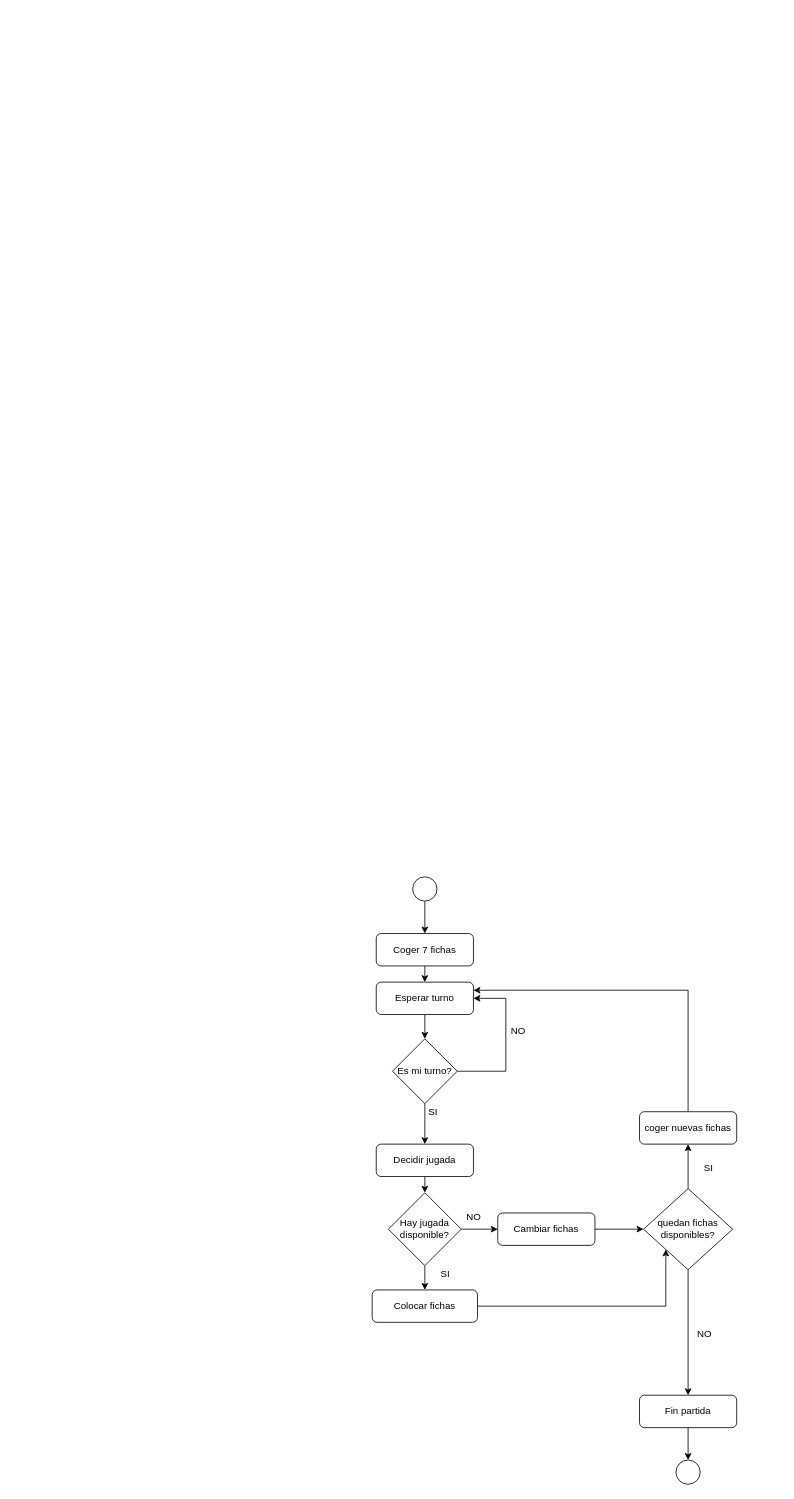
Above: Diagrama de flujo.drawio in macjohn96/Interfaces (draw.io), before the change. Source tidied: cells renumbered, new cells numbered last; positions are measured from the earlier drawing's top-left corner, leaving out a move shared by most shapes. Both pictures are drawn from the tidied source at 81%, with x=0, y=0 at pixel (372, 876).
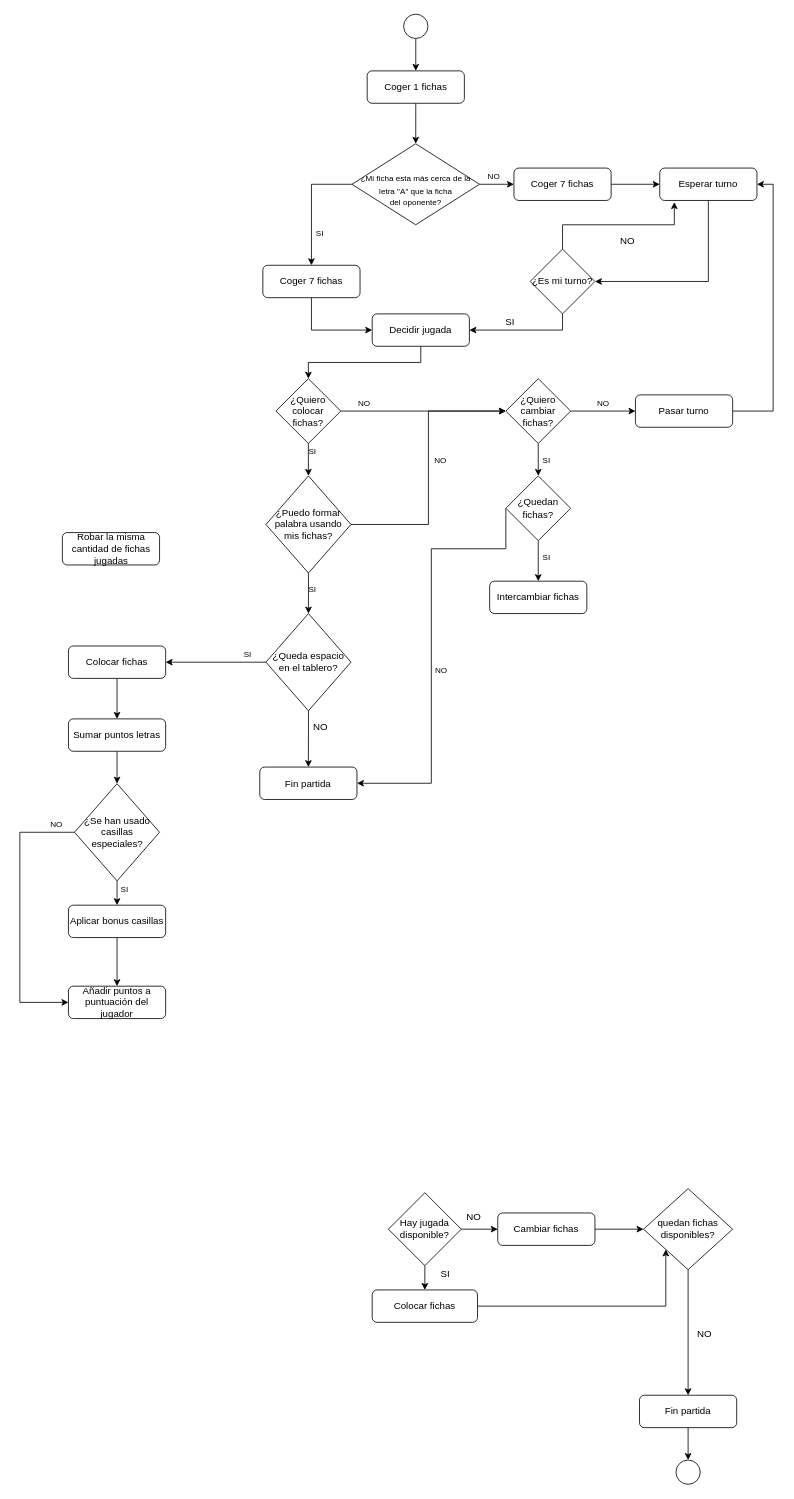
After the change.

Commit message (it also covers changes not shown here):
Retoques en el diagrama de flujo

Unchanged cells that the change refers to:
```xml
<mxCell id="18" value="quedan fichas disponibles?" style="rhombus;whiteSpace=wrap;html=1;" parent="1" vertex="1">
  <mxGeometry x="335" y="385" width="110" height="100" as="geometry" />
</mxCell>
<mxCell id="21" value="Hay jugada disponible?" style="rhombus;whiteSpace=wrap;html=1;" parent="1" vertex="1">
  <mxGeometry x="20" y="390" width="90" height="90" as="geometry" />
</mxCell>
```

What changed in the source:
```diff
@@
-    <mxCell id="2" style="edgeStyle=orthogonalEdgeStyle;rounded=0;jettySize=auto;html=1;exitX=0.5;exitY=1;exitDx=0;exitDy=0;entryX=0.5;entryY=0;entryDx=0;entryDy=0;" parent="1" edge="1" source="3" target="10">
-      <mxGeometry relative="1" as="geometry" />
-    </mxCell>
+    <mxCell id="34" style="edgeStyle=orthogonalEdgeStyle;rounded=0;jettySize=auto;html=1;exitX=0.5;exitY=1;exitDx=0;exitDy=0;entryX=0.5;entryY=0;entryDx=0;entryDy=0;fontSize=10;" parent="1" edge="1" source="3" target="38">
+      <mxGeometry relative="1" as="geometry" />
+    </mxCell>
-    <mxCell id="3" value="Coger 7 fichas" style="rounded=1;whiteSpace=wrap;html=1;fontSize=12;glass=0;strokeWidth=1;shadow=0;" parent="1" vertex="1">
-      <mxGeometry x="5" y="70" width="120" height="40" as="geometry" />
+    <mxCell id="3" value="Coger 1 fichas" style="rounded=1;whiteSpace=wrap;html=1;fontSize=12;glass=0;strokeWidth=1;shadow=0;" parent="1" vertex="1">
+      <mxGeometry x="-6.2" y="-995" width="120" height="40" as="geometry" />
     </mxCell>
@@
     <mxCell id="5" style="ellipse;whiteSpace=wrap;html=1;" parent="1" vertex="1">
-      <mxGeometry x="50" width="30" height="30" as="geometry" />
+      <mxGeometry x="38.8" y="-1065" width="30" height="30" as="geometry" />
     </mxCell>
-    <mxCell id="6" style="edgeStyle=orthogonalEdgeStyle;rounded=0;jettySize=auto;html=1;exitX=1;exitY=0.5;exitDx=0;exitDy=0;entryX=1;entryY=0.5;entryDx=0;entryDy=0;" parent="1" edge="1" source="8" target="10">
-      <mxGeometry relative="1" as="geometry">
-        <Array as="points">
-          <mxPoint x="165" y="240" />
-          <mxPoint x="165" y="150" />
-        </Array>
-      </mxGeometry>
+    <mxCell id="6" style="edgeStyle=orthogonalEdgeStyle;rounded=0;jettySize=auto;html=1;exitX=0.5;exitY=0;exitDx=0;exitDy=0;entryX=0.15;entryY=1.05;entryDx=0;entryDy=0;entryPerimeter=0;fontSize=10;" parent="1" edge="1" source="8" target="10">
+      <mxGeometry relative="1" as="geometry" />
     </mxCell>
-    <mxCell id="7" style="edgeStyle=orthogonalEdgeStyle;rounded=0;jettySize=auto;html=1;exitX=0.5;exitY=1;exitDx=0;exitDy=0;entryX=0.5;entryY=0;entryDx=0;entryDy=0;" parent="1" edge="1" source="8" target="13">
+    <mxCell id="7" style="edgeStyle=orthogonalEdgeStyle;rounded=0;jettySize=auto;html=1;exitX=0.5;exitY=1;exitDx=0;exitDy=0;fontSize=10;" parent="1" edge="1" source="8" target="13">
       <mxGeometry relative="1" as="geometry" />
     </mxCell>
-    <mxCell id="8" value="Es mi turno?" style="rhombus;whiteSpace=wrap;html=1;" parent="1" vertex="1">
-      <mxGeometry x="25" y="200" width="80" height="80" as="geometry" />
+    <mxCell id="8" value="¿Es mi turno?" style="rhombus;whiteSpace=wrap;html=1;" parent="1" vertex="1">
+      <mxGeometry x="195" y="-775" width="80" height="80" as="geometry" />
     </mxCell>
-    <mxCell id="9" style="edgeStyle=orthogonalEdgeStyle;rounded=0;jettySize=auto;html=1;exitX=0.5;exitY=1;exitDx=0;exitDy=0;entryX=0.5;entryY=0;entryDx=0;entryDy=0;" parent="1" edge="1" source="10" target="8">
+    <mxCell id="9" style="edgeStyle=orthogonalEdgeStyle;rounded=0;jettySize=auto;html=1;exitX=0.5;exitY=1;exitDx=0;exitDy=0;entryX=1;entryY=0.5;entryDx=0;entryDy=0;fontSize=10;" parent="1" edge="1" source="10" target="8">
       <mxGeometry relative="1" as="geometry" />
     </mxCell>
     <mxCell id="10" value="Esperar turno" style="rounded=1;whiteSpace=wrap;html=1;fontSize=12;glass=0;strokeWidth=1;shadow=0;" parent="1" vertex="1">
-      <mxGeometry x="5" y="130" width="120" height="40" as="geometry" />
+      <mxGeometry x="355" y="-875" width="120" height="40" as="geometry" />
     </mxCell>
     <mxCell id="11" value="NO" style="text;html=1;align=center;verticalAlign=middle;strokeColor=none;" parent="1" vertex="1">
-      <mxGeometry x="165" y="180" width="30" height="20" as="geometry" />
+      <mxGeometry x="300" y="-795" width="30" height="20" as="geometry" />
     </mxCell>
-    <mxCell id="12" style="edgeStyle=orthogonalEdgeStyle;rounded=0;jettySize=auto;html=1;exitX=0.5;exitY=1;exitDx=0;exitDy=0;entryX=0.5;entryY=0;entryDx=0;entryDy=0;" parent="1" edge="1" source="13" target="21">
-      <mxGeometry relative="1" as="geometry" />
-    </mxCell>
+    <mxCell id="35" style="edgeStyle=orthogonalEdgeStyle;rounded=0;jettySize=auto;html=1;exitX=0.5;exitY=1;exitDx=0;exitDy=0;entryX=0.5;entryY=0;entryDx=0;entryDy=0;fontSize=10;" parent="1" edge="1" source="13" target="47">
+      <mxGeometry relative="1" as="geometry" />
+    </mxCell>
     <mxCell id="13" value="Decidir jugada" style="rounded=1;whiteSpace=wrap;html=1;fontSize=12;glass=0;strokeWidth=1;shadow=0;" parent="1" vertex="1">
-      <mxGeometry x="5" y="330" width="120" height="40" as="geometry" />
+      <mxGeometry y="-695" width="120" height="40" as="geometry" />
     </mxCell>
@@
-    <mxCell id="16" style="edgeStyle=orthogonalEdgeStyle;rounded=0;jettySize=auto;html=1;exitX=0.5;exitY=0;exitDx=0;exitDy=0;entryX=0.5;entryY=1;entryDx=0;entryDy=0;" parent="1" edge="1" source="18" target="27">
-      <mxGeometry relative="1" as="geometry" />
-    </mxCell>
@@
     <mxCell id="22" value="SI" style="text;html=1;align=center;verticalAlign=middle;strokeColor=none;" parent="1" vertex="1">
-      <mxGeometry x="60" y="280" width="30" height="20" as="geometry" />
+      <mxGeometry x="155" y="-695" width="30" height="20" as="geometry" />
     </mxCell>
@@
-    <mxCell id="26" style="edgeStyle=orthogonalEdgeStyle;rounded=0;jettySize=auto;html=1;exitX=0.5;exitY=0;exitDx=0;exitDy=0;entryX=1;entryY=0.25;entryDx=0;entryDy=0;" parent="1" edge="1" source="27" target="10">
-      <mxGeometry relative="1" as="geometry" />
-    </mxCell>
-    <mxCell id="27" value="coger nuevas fichas" style="rounded=1;whiteSpace=wrap;html=1;fontSize=12;glass=0;strokeWidth=1;shadow=0;" parent="1" vertex="1">
-      <mxGeometry x="330" y="290" width="120" height="40" as="geometry" />
-    </mxCell>
-    <mxCell id="28" value="SI" style="text;html=1;align=center;verticalAlign=middle;strokeColor=none;" parent="1" vertex="1">
-      <mxGeometry x="400" y="350" width="30" height="20" as="geometry" />
-    </mxCell>
@@
+    <mxCell id="36" style="edgeStyle=orthogonalEdgeStyle;rounded=0;jettySize=auto;html=1;exitX=0;exitY=0.5;exitDx=0;exitDy=0;entryX=0.5;entryY=0;entryDx=0;entryDy=0;fontSize=10;" parent="1" edge="1" source="38" target="42">
+      <mxGeometry relative="1" as="geometry" />
+    </mxCell>
+    <mxCell id="37" style="edgeStyle=orthogonalEdgeStyle;rounded=0;jettySize=auto;html=1;exitX=1;exitY=0.5;exitDx=0;exitDy=0;fontSize=10;" parent="1" edge="1" source="38" target="44">
+      <mxGeometry relative="1" as="geometry" />
+    </mxCell>
+    <mxCell id="38" value="&lt;span style=&quot;font-size: 10px&quot;&gt;&lt;br&gt;¿Mi ficha esta más cerca de la&lt;/span&gt;&lt;br&gt;&lt;span style=&quot;font-size: 10px&quot;&gt;letra &quot;A&quot; que la ficha&lt;/span&gt;&lt;br&gt;&lt;div&gt;&lt;span style=&quot;font-size: 10px&quot;&gt;del oponente?&lt;/span&gt;&lt;/div&gt;" style="rhombus;whiteSpace=wrap;html=1;rounded=0;align=center;" parent="1" vertex="1">
+      <mxGeometry x="-25" y="-905" width="157.5" height="100" as="geometry" />
+    </mxCell>
+    <mxCell id="39" value="NO" style="text;html=1;align=center;verticalAlign=middle;strokeColor=none;fillColor=none;fontSize=10;" parent="1" vertex="1">
+      <mxGeometry x="135" y="-875" width="30" height="20" as="geometry" />
+    </mxCell>
+    <mxCell id="40" value="SI" style="text;html=1;align=center;verticalAlign=middle;strokeColor=none;fillColor=none;fontSize=10;" parent="1" vertex="1">
+      <mxGeometry x="-75" y="-805" width="20" height="20" as="geometry" />
+    </mxCell>
+    <mxCell id="41" style="edgeStyle=orthogonalEdgeStyle;rounded=0;jettySize=auto;html=1;exitX=0.5;exitY=1;exitDx=0;exitDy=0;entryX=0;entryY=0.5;entryDx=0;entryDy=0;fontSize=10;" parent="1" edge="1" source="42" target="13">
+      <mxGeometry relative="1" as="geometry" />
+    </mxCell>
+    <mxCell id="42" value="Coger 7 fichas" style="rounded=1;whiteSpace=wrap;html=1;fontSize=12;glass=0;strokeWidth=1;shadow=0;" parent="1" vertex="1">
+      <mxGeometry x="-135" y="-755" width="120" height="40" as="geometry" />
+    </mxCell>
+    <mxCell id="43" style="edgeStyle=orthogonalEdgeStyle;rounded=0;jettySize=auto;html=1;exitX=1;exitY=0.5;exitDx=0;exitDy=0;entryX=0;entryY=0.5;entryDx=0;entryDy=0;fontSize=10;" parent="1" edge="1" source="44" target="10">
+      <mxGeometry relative="1" as="geometry" />
+    </mxCell>
+    <mxCell id="44" value="Coger 7 fichas" style="rounded=1;whiteSpace=wrap;html=1;fontSize=12;glass=0;strokeWidth=1;shadow=0;" parent="1" vertex="1">
+      <mxGeometry x="175" y="-875" width="120" height="40" as="geometry" />
+    </mxCell>
+    <mxCell id="45" style="edgeStyle=orthogonalEdgeStyle;rounded=0;jettySize=auto;html=1;exitX=1;exitY=0.5;exitDx=0;exitDy=0;entryX=0;entryY=0.5;entryDx=0;entryDy=0;fontSize=10;" parent="1" edge="1" source="47" target="50">
+      <mxGeometry relative="1" as="geometry" />
+    </mxCell>
+    <mxCell id="46" style="edgeStyle=orthogonalEdgeStyle;rounded=0;jettySize=auto;html=1;exitX=0.5;exitY=1;exitDx=0;exitDy=0;entryX=0.5;entryY=0;entryDx=0;entryDy=0;fontSize=10;" parent="1" edge="1" source="47" target="57">
+      <mxGeometry relative="1" as="geometry" />
+    </mxCell>
+    <mxCell id="47" value="¿Quiero colocar fichas?" style="rhombus;whiteSpace=wrap;html=1;" parent="1" vertex="1">
+      <mxGeometry x="-118.8" y="-615" width="80" height="80" as="geometry" />
+    </mxCell>
+    <mxCell id="48" style="edgeStyle=orthogonalEdgeStyle;rounded=0;jettySize=auto;html=1;exitX=1;exitY=0.5;exitDx=0;exitDy=0;fontSize=10;entryX=0;entryY=0.5;entryDx=0;entryDy=0;" parent="1" edge="1" source="50" target="54">
+      <mxGeometry relative="1" as="geometry" />
+    </mxCell>
+    <mxCell id="49" style="edgeStyle=orthogonalEdgeStyle;rounded=0;jettySize=auto;html=1;exitX=0.5;exitY=1;exitDx=0;exitDy=0;entryX=0.5;entryY=0;entryDx=0;entryDy=0;fontSize=10;" parent="1" edge="1" source="50" target="81">
+      <mxGeometry relative="1" as="geometry" />
+    </mxCell>
+    <mxCell id="50" value="¿Quiero cambiar fichas?" style="rhombus;whiteSpace=wrap;html=1;" parent="1" vertex="1">
+      <mxGeometry x="165" y="-615" width="80" height="80" as="geometry" />
+    </mxCell>
+    <mxCell id="51" value="NO" style="text;html=1;align=center;verticalAlign=middle;strokeColor=none;fillColor=none;fontSize=10;" parent="1" vertex="1">
+      <mxGeometry x="-25" y="-595" width="30" height="20" as="geometry" />
+    </mxCell>
+    <mxCell id="52" value="NO" style="text;html=1;align=center;verticalAlign=middle;strokeColor=none;fillColor=none;fontSize=10;" parent="1" vertex="1">
+      <mxGeometry x="270" y="-595" width="30" height="20" as="geometry" />
+    </mxCell>
+    <mxCell id="53" style="edgeStyle=orthogonalEdgeStyle;rounded=0;jettySize=auto;html=1;exitX=1;exitY=0.5;exitDx=0;exitDy=0;entryX=1;entryY=0.5;entryDx=0;entryDy=0;fontSize=10;" parent="1" edge="1" source="54" target="10">
+      <mxGeometry relative="1" as="geometry" />
+    </mxCell>
+    <mxCell id="54" value="Pasar turno" style="rounded=1;whiteSpace=wrap;html=1;fontSize=12;glass=0;strokeWidth=1;shadow=0;" parent="1" vertex="1">
+      <mxGeometry x="325" y="-595" width="120" height="40" as="geometry" />
+    </mxCell>
+    <mxCell id="55" style="edgeStyle=orthogonalEdgeStyle;rounded=0;jettySize=auto;html=1;exitX=1;exitY=0.5;exitDx=0;exitDy=0;fontSize=10;entryX=0;entryY=0.5;entryDx=0;entryDy=0;" parent="1" edge="1" source="57" target="50">
+      <mxGeometry relative="1" as="geometry" />
+    </mxCell>
+    <mxCell id="56" style="edgeStyle=orthogonalEdgeStyle;rounded=0;jettySize=auto;html=1;exitX=0.5;exitY=1;exitDx=0;exitDy=0;entryX=0.5;entryY=0;entryDx=0;entryDy=0;fontSize=10;" parent="1" edge="1" source="57" target="61">
+      <mxGeometry relative="1" as="geometry" />
+    </mxCell>
+    <mxCell id="57" value="¿Puedo formar palabra usando mis fichas?" style="rhombus;whiteSpace=wrap;html=1;" parent="1" vertex="1">
+      <mxGeometry x="-131.2" y="-495" width="105" height="120" as="geometry" />
+    </mxCell>
+    <mxCell id="58" value="SI" style="text;html=1;align=center;verticalAlign=middle;strokeColor=none;fillColor=none;fontSize=10;" parent="1" vertex="1">
+      <mxGeometry x="-83.8" y="-535" width="20" height="20" as="geometry" />
+    </mxCell>
+    <mxCell id="59" value="NO" style="text;html=1;align=center;verticalAlign=middle;strokeColor=none;fillColor=none;fontSize=10;" parent="1" vertex="1">
+      <mxGeometry x="68.8" y="-525" width="30" height="20" as="geometry" />
+    </mxCell>
+    <mxCell id="60" style="edgeStyle=orthogonalEdgeStyle;rounded=0;jettySize=auto;html=1;exitX=0;exitY=0.5;exitDx=0;exitDy=0;entryX=1;entryY=0.5;entryDx=0;entryDy=0;fontSize=10;" parent="1" edge="1" source="61" target="67">
+      <mxGeometry relative="1" as="geometry" />
+    </mxCell>
+    <mxCell id="61" value="¿Queda espacio en el tablero?" style="rhombus;whiteSpace=wrap;html=1;" parent="1" vertex="1">
+      <mxGeometry x="-131.2" y="-325" width="105" height="120" as="geometry" />
+    </mxCell>
+    <mxCell id="62" style="edgeStyle=orthogonalEdgeStyle;rounded=0;jettySize=auto;html=1;exitX=0.5;exitY=1;exitDx=0;exitDy=0;entryX=0.5;entryY=0;entryDx=0;entryDy=0;" parent="1" edge="1" source="61" target="63">
+      <mxGeometry relative="1" as="geometry" />
+    </mxCell>
+    <mxCell id="63" value="Fin partida" style="rounded=1;whiteSpace=wrap;html=1;fontSize=12;glass=0;strokeWidth=1;shadow=0;" parent="1" vertex="1">
+      <mxGeometry x="-138.8" y="-135.5" width="120" height="40" as="geometry" />
+    </mxCell>
+    <mxCell id="64" value="NO" style="text;html=1;align=center;verticalAlign=middle;strokeColor=none;" parent="1" vertex="1">
+      <mxGeometry x="-78.8" y="-195" width="30" height="20" as="geometry" />
+    </mxCell>
+    <mxCell id="65" value="SI" style="text;html=1;align=center;verticalAlign=middle;strokeColor=none;fillColor=none;fontSize=10;" parent="1" vertex="1">
+      <mxGeometry x="-83.8" y="-365" width="20" height="20" as="geometry" />
+    </mxCell>
+    <mxCell id="66" style="edgeStyle=orthogonalEdgeStyle;rounded=0;jettySize=auto;html=1;exitX=0.5;exitY=1;exitDx=0;exitDy=0;entryX=0.5;entryY=0;entryDx=0;entryDy=0;fontSize=10;" parent="1" edge="1" source="67" target="70">
+      <mxGeometry relative="1" as="geometry" />
+    </mxCell>
+    <mxCell id="67" value="Colocar fichas" style="rounded=1;whiteSpace=wrap;html=1;fontSize=12;glass=0;strokeWidth=1;shadow=0;" parent="1" vertex="1">
+      <mxGeometry x="-375" y="-285" width="120" height="40" as="geometry" />
+    </mxCell>
+    <mxCell id="68" value="SI" style="text;html=1;align=center;verticalAlign=middle;strokeColor=none;fillColor=none;fontSize=10;" parent="1" vertex="1">
+      <mxGeometry x="-163.8" y="-285" width="20" height="20" as="geometry" />
+    </mxCell>
+    <mxCell id="69" style="edgeStyle=orthogonalEdgeStyle;rounded=0;jettySize=auto;html=1;exitX=0.5;exitY=1;exitDx=0;exitDy=0;entryX=0.5;entryY=0;entryDx=0;entryDy=0;fontSize=10;" parent="1" edge="1" source="70" target="73">
+      <mxGeometry relative="1" as="geometry" />
+    </mxCell>
+    <mxCell id="70" value="Sumar puntos letras" style="rounded=1;whiteSpace=wrap;html=1;fontSize=12;glass=0;strokeWidth=1;shadow=0;" parent="1" vertex="1">
+      <mxGeometry x="-375" y="-195" width="120" height="40" as="geometry" />
+    </mxCell>
+    <mxCell id="71" style="edgeStyle=orthogonalEdgeStyle;rounded=0;jettySize=auto;html=1;exitX=0.5;exitY=1;exitDx=0;exitDy=0;entryX=0.5;entryY=0;entryDx=0;entryDy=0;fontSize=10;" parent="1" edge="1" source="73" target="76">
+      <mxGeometry relative="1" as="geometry" />
+    </mxCell>
+    <mxCell id="72" style="edgeStyle=orthogonalEdgeStyle;rounded=0;jettySize=auto;html=1;exitX=0;exitY=0.5;exitDx=0;exitDy=0;entryX=0;entryY=0.5;entryDx=0;entryDy=0;fontSize=10;" parent="1" edge="1" source="73" target="74">
+      <mxGeometry relative="1" as="geometry">
+        <Array as="points">
+          <mxPoint x="-435" y="-55" />
+          <mxPoint x="-435" y="155" />
+        </Array>
+      </mxGeometry>
+    </mxCell>
+    <mxCell id="73" value="¿Se han usado casillas especiales?" style="rhombus;whiteSpace=wrap;html=1;" parent="1" vertex="1">
+      <mxGeometry x="-367.5" y="-115" width="105" height="120" as="geometry" />
+    </mxCell>
+    <mxCell id="74" value="Añadir puntos a puntuación del jugador" style="rounded=1;whiteSpace=wrap;html=1;fontSize=12;glass=0;strokeWidth=1;shadow=0;" parent="1" vertex="1">
+      <mxGeometry x="-375" y="135" width="120" height="40" as="geometry" />
+    </mxCell>
+    <mxCell id="75" style="edgeStyle=orthogonalEdgeStyle;rounded=0;jettySize=auto;html=1;exitX=0.5;exitY=1;exitDx=0;exitDy=0;entryX=0.5;entryY=0;entryDx=0;entryDy=0;fontSize=10;" parent="1" edge="1" source="76" target="74">
+      <mxGeometry relative="1" as="geometry" />
+    </mxCell>
+    <mxCell id="76" value="Aplicar bonus casillas" style="rounded=1;whiteSpace=wrap;html=1;fontSize=12;glass=0;strokeWidth=1;shadow=0;" parent="1" vertex="1">
+      <mxGeometry x="-375" y="35" width="120" height="40" as="geometry" />
+    </mxCell>
+    <mxCell id="77" value="Robar la misma cantidad de fichas jugadas" style="rounded=1;whiteSpace=wrap;html=1;fontSize=12;glass=0;strokeWidth=1;shadow=0;" parent="1" vertex="1">
+      <mxGeometry x="-382.5" y="-425" width="120" height="40" as="geometry" />
+    </mxCell>
+    <mxCell id="78" value="Intercambiar fichas" style="rounded=1;whiteSpace=wrap;html=1;fontSize=12;glass=0;strokeWidth=1;shadow=0;" parent="1" vertex="1">
+      <mxGeometry x="145" y="-365" width="120" height="40" as="geometry" />
+    </mxCell>
+    <mxCell id="79" style="edgeStyle=orthogonalEdgeStyle;rounded=0;jettySize=auto;html=1;exitX=0.5;exitY=1;exitDx=0;exitDy=0;entryX=0.5;entryY=0;entryDx=0;entryDy=0;fontSize=10;" parent="1" edge="1" source="81" target="78">
+      <mxGeometry relative="1" as="geometry" />
+    </mxCell>
+    <mxCell id="80" style="edgeStyle=orthogonalEdgeStyle;rounded=0;jettySize=auto;html=1;exitX=0;exitY=0.5;exitDx=0;exitDy=0;entryX=1;entryY=0.5;entryDx=0;entryDy=0;fontSize=10;" parent="1" edge="1" source="81" target="63">
+      <mxGeometry relative="1" as="geometry">
+        <Array as="points">
+          <mxPoint x="165" y="-405" />
+          <mxPoint x="73" y="-405" />
+          <mxPoint x="73" y="-116" />
+        </Array>
+      </mxGeometry>
+    </mxCell>
+    <mxCell id="81" value="¿Quedan fichas?" style="rhombus;whiteSpace=wrap;html=1;" parent="1" vertex="1">
+      <mxGeometry x="165" y="-495" width="80" height="80" as="geometry" />
+    </mxCell>
+    <mxCell id="82" value="SI" style="text;html=1;align=center;verticalAlign=middle;strokeColor=none;fillColor=none;fontSize=10;" parent="1" vertex="1">
+      <mxGeometry x="205" y="-405" width="20" height="20" as="geometry" />
+    </mxCell>
+    <mxCell id="83" value="SI" style="text;html=1;align=center;verticalAlign=middle;strokeColor=none;fillColor=none;fontSize=10;" parent="1" vertex="1">
+      <mxGeometry x="205" y="-525" width="20" height="20" as="geometry" />
+    </mxCell>
+    <mxCell id="84" value="NO" style="text;html=1;align=center;verticalAlign=middle;strokeColor=none;fillColor=none;fontSize=10;" parent="1" vertex="1">
+      <mxGeometry x="70" y="-265" width="30" height="20" as="geometry" />
+    </mxCell>
+    <mxCell id="85" value="SI" style="text;html=1;align=center;verticalAlign=middle;strokeColor=none;fillColor=none;fontSize=10;" parent="1" vertex="1">
+      <mxGeometry x="-316.2" y="5" width="20" height="20" as="geometry" />
+    </mxCell>
+    <mxCell id="86" value="NO" style="text;html=1;align=center;verticalAlign=middle;strokeColor=none;fillColor=none;fontSize=10;" parent="1" vertex="1">
+      <mxGeometry x="-405" y="-75" width="30" height="20" as="geometry" />
+    </mxCell>
```
